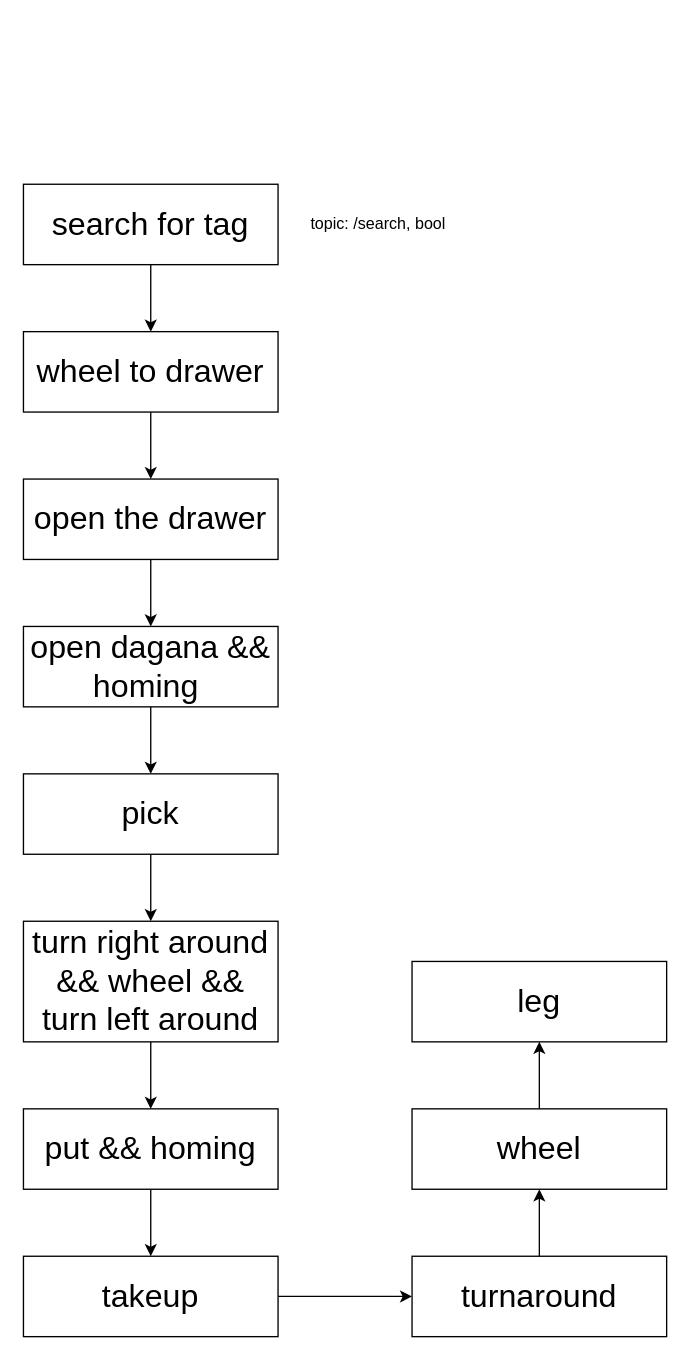
Before: document/work_flow.drawio in muzi2018/centauro_long_task, a draw.io diagram. Source tidied: cells renumbered, new cells numbered last; positions are measured from the earlier drawing's top-left corner, leaving out a move shared by most shapes. Both pictures are drawn from the tidied source at 134%, with x=0, y=0 at pixel (23, 184).
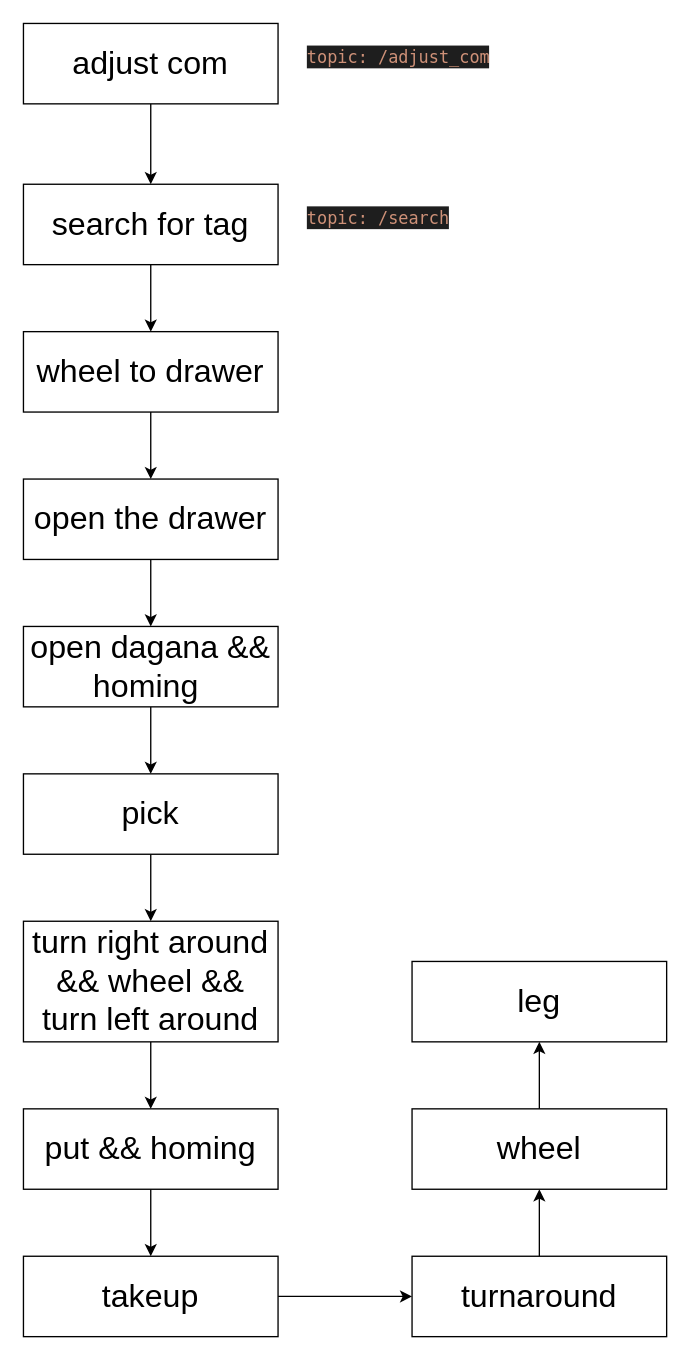
The same page after the edit.

The change refers to these unchanged cells:
```xml
<mxCell id="3" value="&lt;font style=&quot;font-size: 24px;&quot;&gt;search for tag&lt;/font&gt;" style="rounded=0;whiteSpace=wrap;html=1;" parent="1" vertex="1">
  <mxGeometry width="190" height="60" as="geometry" />
</mxCell>
```

What changed in the source:
```diff
@@
-    <mxCell id="23" value="topic: /search, bool" style="text;html=1;strokeColor=none;fillColor=none;align=center;verticalAlign=middle;whiteSpace=wrap;rounded=0;" parent="1" vertex="1">
-      <mxGeometry x="200" y="15" width="130" height="30" as="geometry" />
-    </mxCell>
+    <mxCell id="24" style="edgeStyle=none;html=1;" parent="1" edge="1" source="25" target="3">
+      <mxGeometry relative="1" as="geometry" />
+    </mxCell>
+    <mxCell id="25" value="&lt;font style=&quot;font-size: 24px;&quot;&gt;adjust com&lt;/font&gt;" style="rounded=0;whiteSpace=wrap;html=1;" parent="1" vertex="1">
+      <mxGeometry y="-120" width="190" height="60" as="geometry" />
+    </mxCell>
+    <mxCell id="26" value="&lt;div style=&quot;color: rgb(218, 218, 218); background-color: rgb(30, 30, 30); font-family: &amp;quot;Droid Sans Mono&amp;quot;, &amp;quot;monospace&amp;quot;, monospace; font-weight: normal; font-size: 12.6px; line-height: 17px;&quot;&gt;&lt;div&gt;&lt;span style=&quot;color: #ce9178;&quot;&gt;topic: /adjust_com&lt;/span&gt;&lt;/div&gt;&lt;/div&gt;" style="text;whiteSpace=wrap;html=1;" parent="1" vertex="1">
+      <mxGeometry x="210" y="-110" width="140" height="40" as="geometry" />
+    </mxCell>
+    <mxCell id="27" value="&lt;div style=&quot;color: rgb(218, 218, 218); background-color: rgb(30, 30, 30); font-family: &amp;quot;Droid Sans Mono&amp;quot;, &amp;quot;monospace&amp;quot;, monospace; font-weight: normal; font-size: 12.6px; line-height: 17px;&quot;&gt;&lt;div&gt;&lt;span style=&quot;color: #ce9178;&quot;&gt;topic: /search&lt;/span&gt;&lt;/div&gt;&lt;/div&gt;" style="text;whiteSpace=wrap;html=1;" parent="1" vertex="1">
+      <mxGeometry x="210" y="10" width="140" height="40" as="geometry" />
+    </mxCell>
```
